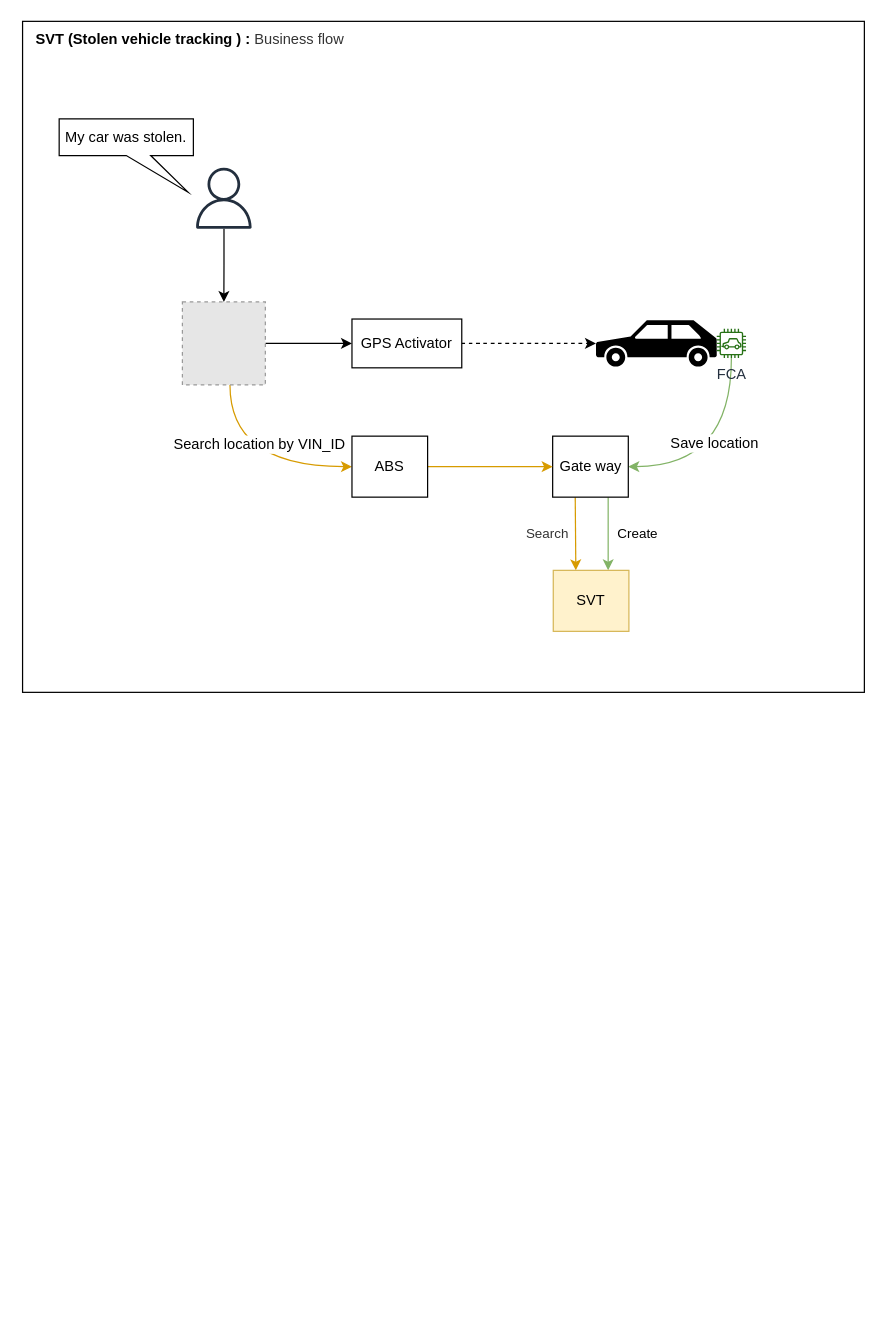
Before: SVT.drawio in phatcharalaw/my-doc, a draw.io diagram. Source tidied: cells renumbered, new cells numbered last; positions are measured from the earlier drawing's top-left corner, leaving out a move shared by most shapes. Both pictures are drawn from the tidied source at 122%, with x=0, y=0 at pixel (22, 21). Pictures stored in the file or linked from it are replaced by grey dashed boxes.
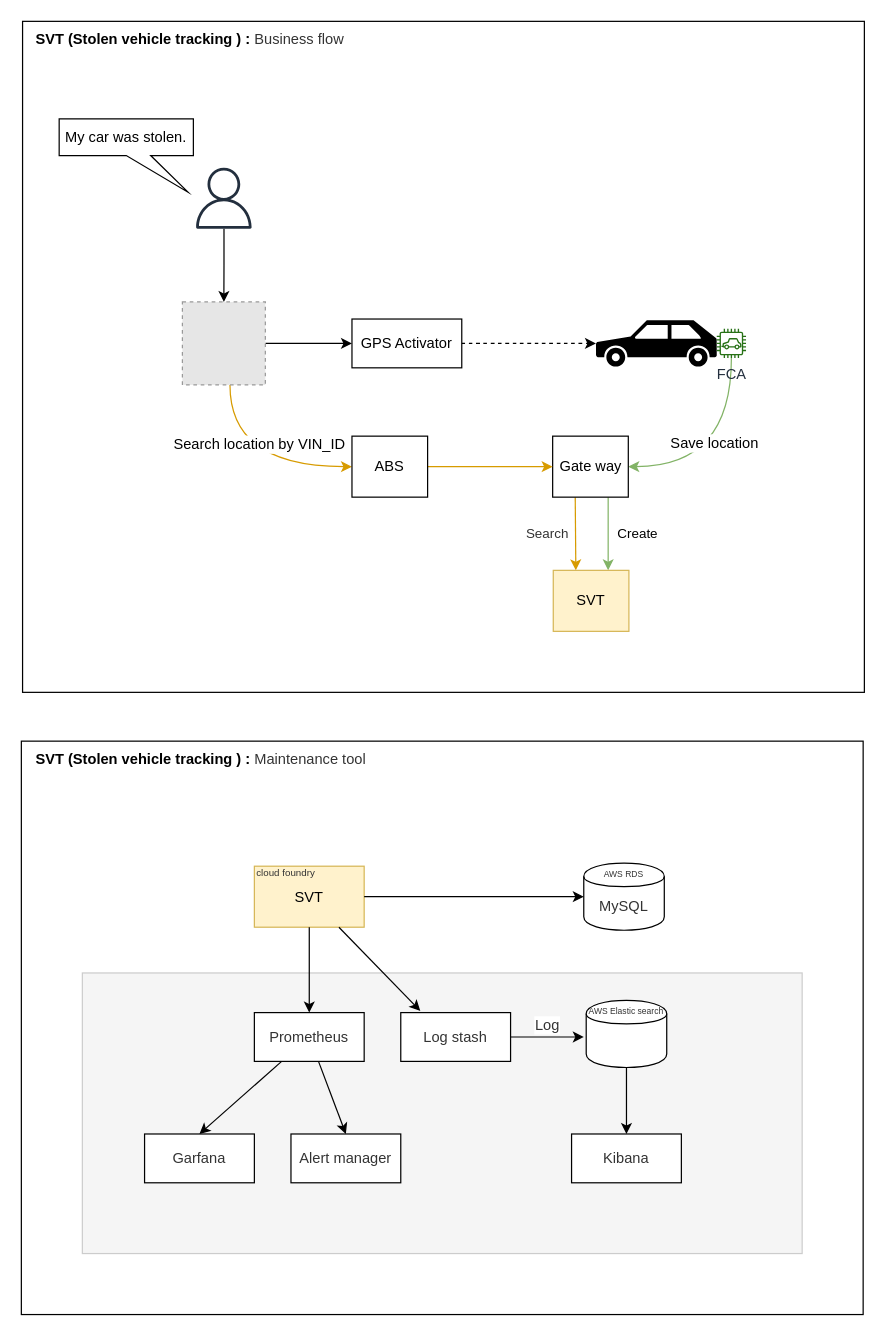
Above is the later version.

Diff of the diagram source:
```diff
@@
+    <mxCell id="23" style="rounded=0;whiteSpace=wrap;html=1;" parent="1" vertex="1">
+      <mxGeometry x="-1" y="590" width="690" height="470" as="geometry" />
+    </mxCell>
+    <mxCell id="24" style="rounded=0;whiteSpace=wrap;html=1;fontSize=12;fontColor=#333333;align=center;fillColor=#f5f5f5;strokeColor=#CCCCCC;" parent="1" vertex="1">
+      <mxGeometry x="49" y="780" width="590" height="230" as="geometry" />
+    </mxCell>
@@
+    <mxCell id="25" style="group;" parent="1" vertex="1">
+      <mxGeometry x="458" y="690" width="70" height="55" as="geometry" />
+    </mxCell>
+    <mxCell id="26" value="MySQL" style="shape=cylinder;whiteSpace=wrap;html=1;boundedLbl=1;backgroundOutline=1;fontColor=#333333;align=center;" parent="25" vertex="1">
+      <mxGeometry x="2" width="66" height="55" as="geometry" />
+    </mxCell>
+    <mxCell id="27" value="AWS RDS" style="text;html=1;strokeColor=none;fillColor=none;align=center;verticalAlign=middle;whiteSpace=wrap;rounded=0;fontColor=#333333;fontSize=7;" parent="25" vertex="1">
+      <mxGeometry y="4.5" width="70" height="10" as="geometry" />
+    </mxCell>
+    <mxCell id="28" style="group;" parent="1" vertex="1">
+      <mxGeometry x="190" y="692.5" width="90" height="50" as="geometry" />
+    </mxCell>
+    <mxCell id="29" value="SVT" style="rounded=0;whiteSpace=wrap;html=1;fillColor=#fff2cc;strokeColor=#d6b656;" parent="28" vertex="1">
+      <mxGeometry width="90" height="50" as="geometry" />
+    </mxCell>
+    <mxCell id="30" value="cloud foundry" style="text;html=1;strokeColor=none;fillColor=none;align=left;verticalAlign=middle;whiteSpace=wrap;rounded=0;fontColor=#333333;fontSize=8;" parent="28" vertex="1">
+      <mxGeometry width="70" height="10" as="geometry" />
+    </mxCell>
+    <mxCell id="31" style="edgeStyle=none;rounded=0;jettySize=auto;html=1;entryX=0.5;entryY=0;entryDx=0;entryDy=0;fontSize=12;fontColor=#333333;" parent="1" edge="1" source="33" target="43">
+      <mxGeometry relative="1" as="geometry" />
+    </mxCell>
+    <mxCell id="32" style="edgeStyle=none;rounded=0;jettySize=auto;html=1;entryX=0.5;entryY=0;entryDx=0;entryDy=0;fontSize=12;fontColor=#333333;" parent="1" edge="1" source="33" target="44">
+      <mxGeometry relative="1" as="geometry" />
+    </mxCell>
+    <mxCell id="33" value="Prometheus" style="rounded=0;whiteSpace=wrap;html=1;fontSize=12;fontColor=#333333;align=center;" parent="1" vertex="1">
+      <mxGeometry x="190" y="812.5" width="90" height="40" as="geometry" />
+    </mxCell>
+    <mxCell id="34" value="Log" style="edgeStyle=none;rounded=0;jettySize=auto;html=1;fontSize=12;fontColor=#333333;" parent="1" edge="1" source="35">
+      <mxGeometry y="10" relative="1" as="geometry">
+        <mxPoint x="460" y="832.5" as="targetPoint" />
+      </mxGeometry>
+    </mxCell>
+    <mxCell id="35" value="Log stash" style="rounded=0;whiteSpace=wrap;html=1;fontSize=12;fontColor=#333333;align=center;" parent="1" vertex="1">
+      <mxGeometry x="310" y="812.5" width="90" height="40" as="geometry" />
+    </mxCell>
+    <mxCell id="36" style="edgeStyle=none;rounded=0;jettySize=auto;html=1;entryX=0.5;entryY=0;entryDx=0;entryDy=0;fontSize=12;fontColor=#333333;" parent="1" edge="1" source="29" target="33">
+      <mxGeometry relative="1" as="geometry" />
+    </mxCell>
+    <mxCell id="37" style="edgeStyle=none;rounded=0;jettySize=auto;html=1;entryX=0.178;entryY=-0.035;entryDx=0;entryDy=0;entryPerimeter=0;fontSize=12;fontColor=#333333;" parent="1" edge="1" source="29" target="35">
+      <mxGeometry relative="1" as="geometry" />
+    </mxCell>
+    <mxCell id="38" style="edgeStyle=none;rounded=0;jettySize=auto;html=1;entryX=0;entryY=0.5;entryDx=0;entryDy=0;fontSize=12;fontColor=#333333;" parent="1" edge="1" source="29" target="26">
+      <mxGeometry relative="1" as="geometry" />
+    </mxCell>
+    <mxCell id="39" style="group;" parent="1" vertex="1">
+      <mxGeometry x="460" y="802.5" width="70" height="55" as="geometry" />
+    </mxCell>
+    <mxCell id="40" style="shape=cylinder;whiteSpace=wrap;html=1;boundedLbl=1;backgroundOutline=1;fontColor=#333333;align=center;" parent="39" vertex="1">
+      <mxGeometry x="2" width="66" height="55" as="geometry" />
+    </mxCell>
+    <mxCell id="41" value="AWS Elastic search" style="text;html=1;strokeColor=none;fillColor=none;align=center;verticalAlign=middle;whiteSpace=wrap;rounded=0;fontColor=#333333;fontSize=7;" parent="39" vertex="1">
+      <mxGeometry y="4.5" width="70" height="10" as="geometry" />
+    </mxCell>
+    <mxCell id="42" value="Kibana" style="rounded=0;whiteSpace=wrap;html=1;fontSize=12;fontColor=#333333;align=center;" parent="1" vertex="1">
+      <mxGeometry x="450" y="912" width="90" height="40" as="geometry" />
+    </mxCell>
+    <mxCell id="43" value="Garfana" style="rounded=0;whiteSpace=wrap;html=1;fontSize=12;fontColor=#333333;align=center;" parent="1" vertex="1">
+      <mxGeometry x="100" y="912" width="90" height="40" as="geometry" />
+    </mxCell>
+    <mxCell id="44" value="Alert manager" style="rounded=0;whiteSpace=wrap;html=1;fontSize=12;fontColor=#333333;align=center;" parent="1" vertex="1">
+      <mxGeometry x="220" y="912" width="90" height="40" as="geometry" />
+    </mxCell>
+    <mxCell id="45" style="edgeStyle=none;rounded=0;jettySize=auto;html=1;entryX=0.5;entryY=0;entryDx=0;entryDy=0;fontSize=12;fontColor=#333333;" parent="1" edge="1" source="40" target="42">
+      <mxGeometry relative="1" as="geometry" />
+    </mxCell>
+    <mxCell id="46" value="SVT (Stolen vehicle tracking ) :&lt;font color=&quot;#333333&quot;&gt;&lt;span style=&quot;font-weight: 400&quot;&gt;&amp;nbsp;Maintenance&amp;nbsp;tool&lt;/span&gt;&lt;/font&gt;" style="text;html=1;strokeColor=none;fillColor=none;align=left;verticalAlign=middle;whiteSpace=wrap;rounded=0;fontStyle=1;spacingLeft=9;" parent="1" vertex="1">
+      <mxGeometry y="590" width="400" height="30" as="geometry" />
+    </mxCell>
```
